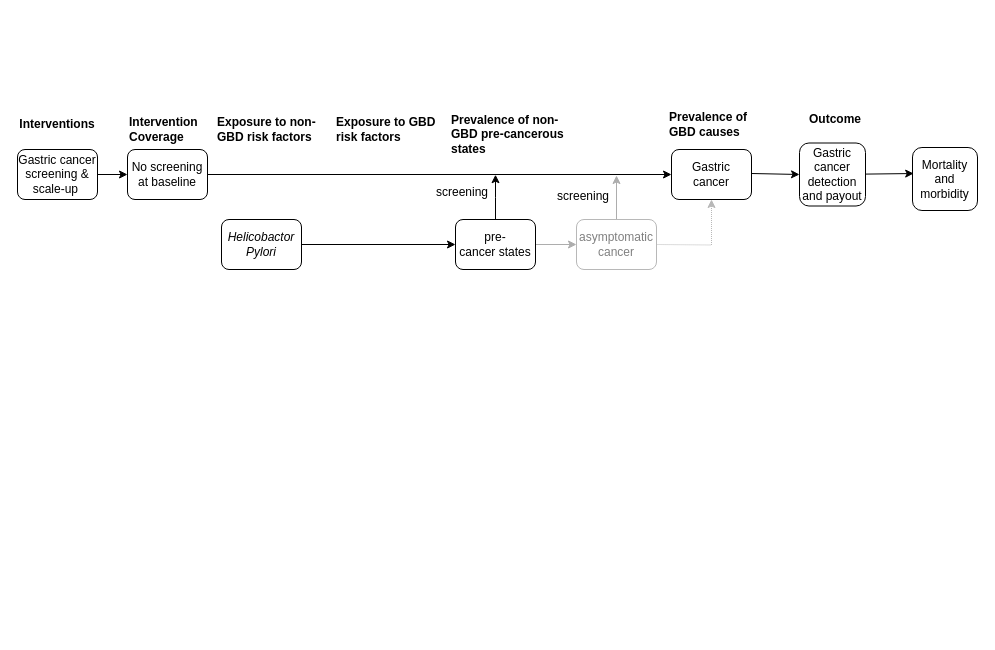
ihmeuw/vivarium_research keeps this draw.io diagram as docs/source/concept_models/vivarium_swissre_stomachcancer/vivarium_concept_model_diagram_stomach_cancer.drawio. Above is the earlier version. Source tidied: cells renumbered, new cells numbered last; positions are measured from the earlier drawing's top-left corner, leaving out a move shared by most shapes. Both pictures are drawn from the tidied source at 100%, with x=0, y=0 at pixel (17, 109).
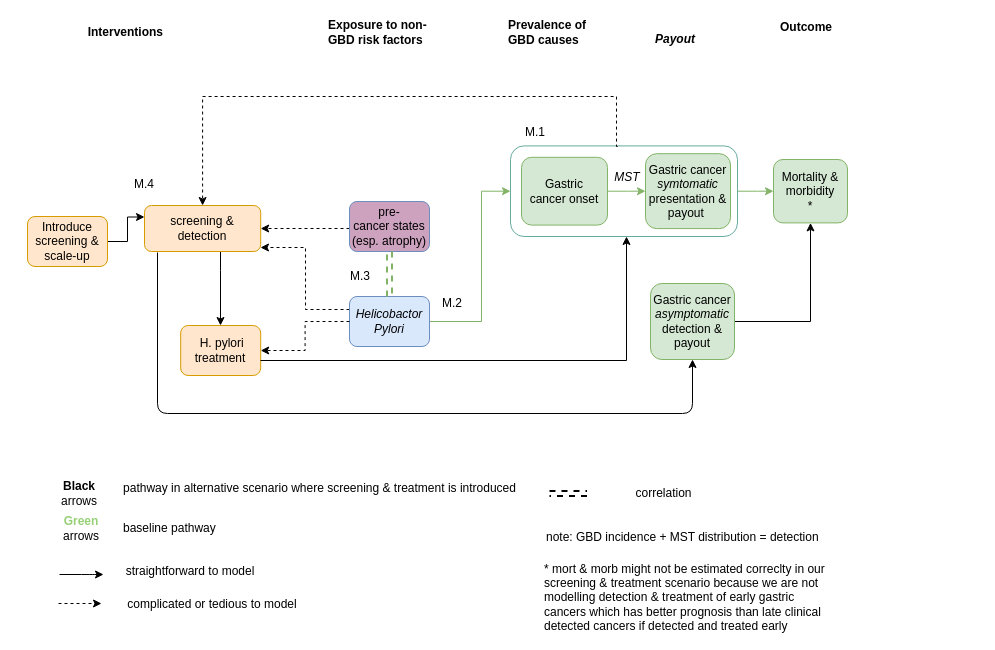
The same diagram, later.

What changed in the source:
```diff
@@
+    <mxCell id="28" style="edgeStyle=orthogonalEdgeStyle;rounded=0;jettySize=auto;html=1;strokeWidth=1;fillColor=#d5e8d4;strokeColor=#82b366;" parent="1" edge="1" source="29" target="13">
+      <mxGeometry relative="1" as="geometry" />
+    </mxCell>
+    <mxCell id="29" style="rounded=1;whiteSpace=wrap;html=1;strokeColor=#67AB9F;fillColor=none;" parent="1" vertex="1">
+      <mxGeometry x="493" y="36.4" width="227" height="90.6" as="geometry" />
+    </mxCell>
-    <mxCell id="2" value="&lt;b&gt;Interventions&lt;/b&gt;" style="text;html=1;strokeColor=none;fillColor=none;align=center;verticalAlign=middle;whiteSpace=wrap;rounded=0;" parent="1" vertex="1">
-      <mxGeometry x="20" y="5" width="40" height="20" as="geometry" />
+    <mxCell id="2" value="&lt;b&gt;Interventions&amp;nbsp;&lt;/b&gt;" style="text;html=1;strokeColor=none;fillColor=none;align=center;verticalAlign=middle;whiteSpace=wrap;rounded=0;" parent="1" vertex="1">
+      <mxGeometry x="90" y="-87" width="40" height="20" as="geometry" />
     </mxCell>
-    <mxCell id="3" value="&lt;b&gt;Intervention &lt;br&gt;Coverage&lt;/b&gt;" style="text;html=1;strokeColor=none;fillColor=none;align=left;verticalAlign=middle;whiteSpace=wrap;rounded=0;" parent="1" vertex="1">
-      <mxGeometry x="110" y="10" width="140" height="20" as="geometry" />
-    </mxCell>
-    <mxCell id="4" value="&lt;b&gt;Exposure to GBD&amp;nbsp;&lt;br&gt;risk factors&lt;/b&gt;" style="text;html=1;strokeColor=none;fillColor=none;align=left;verticalAlign=middle;whiteSpace=wrap;rounded=0;" parent="1" vertex="1">
-      <mxGeometry x="317" y="10" width="180" height="20" as="geometry" />
-    </mxCell>
     <mxCell id="5" value="&lt;b&gt;Prevalence of &lt;br&gt;GBD causes&lt;/b&gt;" style="text;html=1;strokeColor=none;fillColor=none;align=left;verticalAlign=middle;whiteSpace=wrap;rounded=0;" parent="1" vertex="1">
-      <mxGeometry x="649.5" y="5" width="89" height="20" as="geometry" />
+      <mxGeometry x="489" y="-87" width="89" height="20" as="geometry" />
     </mxCell>
-    <mxCell id="6" style="edgeStyle=orthogonalEdgeStyle;rounded=0;jettySize=auto;html=1;exitX=1;exitY=0.5;exitDx=0;exitDy=0;entryX=0;entryY=0.5;entryDx=0;entryDy=0;" parent="1" edge="1" source="7" target="8">
-      <mxGeometry relative="1" as="geometry" />
-    </mxCell>
+    <mxCell id="30" style="edgeStyle=orthogonalEdgeStyle;rounded=0;jettySize=auto;html=1;strokeWidth=1;entryX=0;entryY=0.25;entryDx=0;entryDy=0;" parent="1" edge="1" source="7" target="32">
+      <mxGeometry relative="1" as="geometry" />
+    </mxCell>
-    <mxCell id="7" value="Gastric cancer screening &amp;amp; scale-up&amp;nbsp;" style="rounded=1;whiteSpace=wrap;html=1;" parent="1" vertex="1">
-      <mxGeometry y="40" width="80" height="50" as="geometry" />
+    <mxCell id="7" value="Introduce screening &amp;amp; scale-up" style="rounded=1;whiteSpace=wrap;html=1;fillColor=#ffe6cc;strokeColor=#d79b00;" parent="1" vertex="1">
+      <mxGeometry x="10" y="107" width="80" height="50" as="geometry" />
     </mxCell>
-    <mxCell id="8" value="No screening at baseline" style="rounded=1;whiteSpace=wrap;html=1;" parent="1" vertex="1">
-      <mxGeometry x="110" y="40" width="80" height="50" as="geometry" />
+    <mxCell id="8" value="&amp;nbsp;H. pylori treatment" style="rounded=1;whiteSpace=wrap;html=1;fillColor=#ffe6cc;strokeColor=#d79b00;" parent="1" vertex="1">
+      <mxGeometry x="163.2" y="216" width="80" height="50" as="geometry" />
     </mxCell>
+    <mxCell id="31" style="edgeStyle=orthogonalEdgeStyle;rounded=0;jettySize=auto;html=1;strokeWidth=1;" parent="1" edge="1" source="32" target="8">
+      <mxGeometry relative="1" as="geometry">
+        <Array as="points">
+          <mxPoint x="203" y="161" />
+          <mxPoint x="203" y="161" />
+        </Array>
+      </mxGeometry>
+    </mxCell>
+    <mxCell id="32" value="screening &amp;amp; detection" style="rounded=1;whiteSpace=wrap;html=1;fillColor=#ffe6cc;strokeColor=#d79b00;" parent="1" vertex="1">
+      <mxGeometry x="127" y="96" width="116.2" height="46" as="geometry" />
+    </mxCell>
     <mxCell id="9" value="&lt;b&gt;Exposure to non-&lt;br&gt;GBD&amp;nbsp;risk factors&lt;/b&gt;" style="text;html=1;strokeColor=none;fillColor=none;align=left;verticalAlign=middle;whiteSpace=wrap;rounded=0;" parent="1" vertex="1">
-      <mxGeometry x="198" y="10" width="180" height="20" as="geometry" />
+      <mxGeometry x="309" y="-87" width="180" height="20" as="geometry" />
     </mxCell>
+    <mxCell id="33" style="edgeStyle=orthogonalEdgeStyle;rounded=0;jettySize=auto;html=1;strokeWidth=1;entryX=0;entryY=0.5;entryDx=0;entryDy=0;fillColor=#d5e8d4;strokeColor=#82b366;" parent="1" edge="1" source="11" target="29">
+      <mxGeometry relative="1" as="geometry">
+        <Array as="points">
+          <mxPoint x="464" y="212" />
+          <mxPoint x="464" y="82" />
+        </Array>
+      </mxGeometry>
+    </mxCell>
+    <mxCell id="34" style="edgeStyle=orthogonalEdgeStyle;rounded=0;jettySize=auto;html=1;strokeWidth=1;entryX=1;entryY=0.5;entryDx=0;entryDy=0;dashed=1;" parent="1" edge="1" source="17" target="32">
+      <mxGeometry relative="1" as="geometry">
+        <Array as="points">
+          <mxPoint x="334" y="119" />
+          <mxPoint x="334" y="119" />
+        </Array>
+      </mxGeometry>
+    </mxCell>
+    <mxCell id="35" style="edgeStyle=orthogonalEdgeStyle;rounded=0;jettySize=auto;html=1;dashed=1;strokeWidth=1;" parent="1" edge="1" source="11">
+      <mxGeometry relative="1" as="geometry">
+        <mxPoint x="243" y="138" as="targetPoint" />
+        <Array as="points">
+          <mxPoint x="288" y="200" />
+          <mxPoint x="288" y="138" />
+        </Array>
+      </mxGeometry>
+    </mxCell>
+    <mxCell id="11" value="&lt;i&gt;Helicobactor Pylori&lt;/i&gt;" style="rounded=1;whiteSpace=wrap;html=1;fillColor=#dae8fc;strokeColor=#6c8ebf;" parent="1" vertex="1">
+      <mxGeometry x="332" y="187" width="80" height="50" as="geometry" />
+    </mxCell>
+    <mxCell id="13" value="Mortality &amp;amp; morbidity&lt;br&gt;*" style="rounded=1;whiteSpace=wrap;html=1;fillColor=#d5e8d4;strokeColor=#82b366;" parent="1" vertex="1">
+      <mxGeometry x="756" y="50" width="74" height="63.4" as="geometry" />
+    </mxCell>
+    <mxCell id="36" style="edgeStyle=orthogonalEdgeStyle;rounded=0;jettySize=auto;html=1;entryX=0.5;entryY=0;entryDx=0;entryDy=0;dashed=1;exitX=0.206;exitY=-0.009;exitDx=0;exitDy=0;exitPerimeter=0;" parent="1" edge="1" target="32">
+      <mxGeometry relative="1" as="geometry">
+        <mxPoint x="600.1" y="37" as="sourcePoint" />
+        <Array as="points">
+          <mxPoint x="599" y="37" />
+          <mxPoint x="599" y="-13" />
+          <mxPoint x="185" y="-13" />
+        </Array>
+      </mxGeometry>
+    </mxCell>
+    <mxCell id="37" style="edgeStyle=orthogonalEdgeStyle;rounded=0;jettySize=auto;html=1;strokeWidth=1;fillColor=#d5e8d4;strokeColor=#82b366;" parent="1" edge="1" source="18" target="26">
+      <mxGeometry relative="1" as="geometry" />
+    </mxCell>
+    <mxCell id="18" value="Gastric&lt;br&gt;cancer onset" style="rounded=1;whiteSpace=wrap;html=1;fillColor=#d5e8d4;strokeColor=#82b366;" parent="1" vertex="1">
+      <mxGeometry x="504" y="47.8" width="86" height="67.8" as="geometry" />
+    </mxCell>
+    <mxCell id="23" value="&lt;b&gt;Outcome&lt;/b&gt;" style="text;html=1;strokeColor=none;fillColor=none;align=left;verticalAlign=middle;whiteSpace=wrap;rounded=0;" parent="1" vertex="1">
+      <mxGeometry x="761" y="-92" width="69" height="20" as="geometry" />
+    </mxCell>
+    <mxCell id="26" value="Gastric cancer &lt;i&gt;symtomatic &lt;/i&gt;presentation &amp;amp;&lt;br&gt;payout&amp;nbsp;" style="rounded=1;whiteSpace=wrap;html=1;fillColor=#d5e8d4;strokeColor=#82b366;" parent="1" vertex="1">
+      <mxGeometry x="628" y="44.2" width="85" height="74.9" as="geometry" />
+    </mxCell>
+    <mxCell id="38" value="&lt;div&gt;&lt;span&gt;note: GBD incidence + MST distribution = detection&lt;/span&gt;&lt;/div&gt;&amp;nbsp;" style="text;html=1;strokeColor=none;fillColor=none;align=left;verticalAlign=middle;whiteSpace=wrap;rounded=0;" parent="1" vertex="1">
+      <mxGeometry x="527" y="425" width="301" height="20" as="geometry" />
+    </mxCell>
+    <mxCell id="39" value="&lt;i&gt;MST&lt;/i&gt;" style="text;html=1;strokeColor=none;fillColor=none;align=center;verticalAlign=middle;whiteSpace=wrap;rounded=0;" parent="1" vertex="1">
+      <mxGeometry x="590" y="50" width="40" height="35" as="geometry" />
+    </mxCell>
+    <mxCell id="40" value="pathway in alternative scenario where screening &amp;amp; treatment is introduced" style="text;html=1;strokeColor=none;fillColor=none;align=center;verticalAlign=middle;whiteSpace=wrap;rounded=0;dashed=1;" parent="1" vertex="1">
+      <mxGeometry x="84" y="369" width="437" height="20" as="geometry" />
+    </mxCell>
+    <mxCell id="41" value="baseline pathway" style="text;html=1;strokeColor=none;fillColor=none;align=left;verticalAlign=middle;whiteSpace=wrap;rounded=0;dashed=1;" parent="1" vertex="1">
+      <mxGeometry x="104" y="409" width="437" height="20" as="geometry" />
+    </mxCell>
+    <mxCell id="42" style="shape=link;html=1;endSize=8;strokeWidth=2;dashed=1;" parent="1" edge="1" target="43">
+      <mxGeometry relative="1" as="geometry">
+        <mxPoint x="532" y="384" as="sourcePoint" />
+      </mxGeometry>
+    </mxCell>
+    <mxCell id="43" value="correlation" style="text;html=1;strokeColor=none;fillColor=none;align=center;verticalAlign=middle;whiteSpace=wrap;rounded=0;" parent="1" vertex="1">
+      <mxGeometry x="569.5" y="374" width="153" height="20" as="geometry" />
+    </mxCell>
+    <mxCell id="44" value="M.1" style="text;html=1;strokeColor=none;fillColor=none;align=center;verticalAlign=middle;whiteSpace=wrap;rounded=0;dashed=1;" parent="1" vertex="1">
+      <mxGeometry x="498" y="13" width="40" height="20" as="geometry" />
+    </mxCell>
+    <mxCell id="45" value="M.2" style="text;html=1;strokeColor=none;fillColor=none;align=center;verticalAlign=middle;whiteSpace=wrap;rounded=0;dashed=1;" parent="1" vertex="1">
+      <mxGeometry x="415" y="184" width="40" height="20" as="geometry" />
+    </mxCell>
+    <mxCell id="46" value="M.3" style="text;html=1;strokeColor=none;fillColor=none;align=center;verticalAlign=middle;whiteSpace=wrap;rounded=0;dashed=1;" parent="1" vertex="1">
+      <mxGeometry x="323" y="157" width="40" height="20" as="geometry" />
+    </mxCell>
+    <mxCell id="47" value="M.4" style="text;html=1;strokeColor=none;fillColor=none;align=center;verticalAlign=middle;whiteSpace=wrap;rounded=0;dashed=1;" parent="1" vertex="1">
+      <mxGeometry x="107" y="65" width="40" height="20" as="geometry" />
+    </mxCell>
+    <mxCell id="48" value="* mort &amp;amp; morb might not be estimated correclty in our screening &amp;amp; treatment scenario because we are not modelling detection &amp;amp; treatment of early gastric cancers which has better prognosis than late clinical detected cancers if detected and treated early&lt;div&gt;&lt;/div&gt;" style="text;html=1;strokeColor=none;fillColor=none;align=left;verticalAlign=middle;whiteSpace=wrap;rounded=0;" parent="1" vertex="1">
+      <mxGeometry x="524.5" y="478" width="292" height="20" as="geometry" />
+    </mxCell>
+    <mxCell id="49" style="edgeStyle=orthogonalEdgeStyle;rounded=0;jettySize=auto;html=1;strokeWidth=1;entryX=0.5;entryY=1;entryDx=0;entryDy=0;" parent="1" edge="1" source="50" target="13">
+      <mxGeometry relative="1" as="geometry" />
+    </mxCell>
+    <mxCell id="50" value="Gastric cancer &lt;i&gt;asymptomatic&lt;/i&gt; detection &amp;amp; payout" style="rounded=1;whiteSpace=wrap;html=1;fillColor=#d5e8d4;strokeColor=#82b366;" parent="1" vertex="1">
+      <mxGeometry x="633" y="174" width="84" height="76" as="geometry" />
+    </mxCell>
+    <mxCell id="17" value="pre-&lt;br&gt;cancer states&lt;br&gt;(esp. atrophy)" style="rounded=1;whiteSpace=wrap;html=1;fillColor=#CDA2BE;strokeColor=#6c8ebf;" parent="1" vertex="1">
+      <mxGeometry x="332" y="92" width="80" height="50" as="geometry" />
+    </mxCell>
-    <mxCell id="10" style="edgeStyle=orthogonalEdgeStyle;rounded=0;jettySize=auto;html=1;exitX=1;exitY=0.5;exitDx=0;exitDy=0;entryX=0;entryY=0.5;entryDx=0;entryDy=0;" parent="1" edge="1" source="11" target="17">
+    <mxCell id="10" style="shape=link;html=1;dashed=1;strokeWidth=2;entryX=0.5;entryY=1;entryDx=0;entryDy=0;fillColor=#d5e8d4;strokeColor=#82b366;" parent="1" edge="1" source="11" target="17">
       <mxGeometry relative="1" as="geometry" />
     </mxCell>
-    <mxCell id="11" value="&lt;i&gt;Helicobactor Pylori&lt;/i&gt;" style="rounded=1;whiteSpace=wrap;html=1;" parent="1" vertex="1">
-      <mxGeometry x="204" y="110" width="80" height="50" as="geometry" />
-    </mxCell>
-    <mxCell id="12" value="&lt;b&gt;Prevalence of&amp;nbsp;non-&lt;br&gt;GBD pre-cancerous states&lt;/b&gt;" style="text;html=1;strokeColor=none;fillColor=none;align=left;verticalAlign=middle;whiteSpace=wrap;rounded=0;" parent="1" vertex="1">
-      <mxGeometry x="432" y="20" width="130" height="10" as="geometry" />
-    </mxCell>
-    <mxCell id="13" value="Mortality and morbidity" style="rounded=1;whiteSpace=wrap;html=1;" parent="1" vertex="1">
-      <mxGeometry x="895" y="38" width="65" height="63" as="geometry" />
-    </mxCell>
-    <mxCell id="14" style="edgeStyle=orthogonalEdgeStyle;rounded=0;jettySize=auto;html=1;entryX=0.5;entryY=1;entryDx=0;entryDy=0;dashed=1;dashPattern=1 1;strokeColor=#B8B8B8;" parent="1" edge="1" target="18">
-      <mxGeometry relative="1" as="geometry">
-        <mxPoint x="640" y="135" as="sourcePoint" />
-      </mxGeometry>
-    </mxCell>
-    <mxCell id="15" style="edgeStyle=orthogonalEdgeStyle;rounded=0;jettySize=auto;html=1;exitX=0.5;exitY=0;exitDx=0;exitDy=0;" parent="1" edge="1" source="17">
-      <mxGeometry relative="1" as="geometry">
-        <mxPoint x="478" y="65.2" as="targetPoint" />
-      </mxGeometry>
-    </mxCell>
-    <mxCell id="16" style="edgeStyle=orthogonalEdgeStyle;rounded=0;jettySize=auto;html=1;strokeColor=#ADADAD;" parent="1" edge="1" source="17" target="25">
-      <mxGeometry relative="1" as="geometry" />
-    </mxCell>
-    <mxCell id="17" value="pre-&lt;br&gt;cancer states" style="rounded=1;whiteSpace=wrap;html=1;" parent="1" vertex="1">
-      <mxGeometry x="438" y="110" width="80" height="50" as="geometry" />
-    </mxCell>
-    <mxCell id="18" value="Gastric&lt;br&gt;cancer" style="rounded=1;whiteSpace=wrap;html=1;" parent="1" vertex="1">
-      <mxGeometry x="654" y="40" width="80" height="50" as="geometry" />
-    </mxCell>
-    <mxCell id="19" style="edgeStyle=orthogonalEdgeStyle;rounded=0;jettySize=auto;html=1;exitX=1;exitY=0.5;exitDx=0;exitDy=0;entryX=0;entryY=0.5;entryDx=0;entryDy=0;" parent="1" edge="1" source="8" target="18">
-      <mxGeometry relative="1" as="geometry" />
-    </mxCell>
-    <mxCell id="20" value="screening" style="text;html=1;strokeColor=none;fillColor=none;align=center;verticalAlign=middle;whiteSpace=wrap;rounded=0;" parent="1" vertex="1">
-      <mxGeometry x="425" y="73" width="40" height="20" as="geometry" />
-    </mxCell>
-    <mxCell id="21" style="endArrow=classic;html=1;entryX=0.018;entryY=0.413;entryDx=0;entryDy=0;entryPerimeter=0;" parent="1" edge="1" source="26" target="13">
-      <mxGeometry relative="1" as="geometry" />
-    </mxCell>
-    <mxCell id="22" style="endArrow=classic;html=1;entryX=0;entryY=0.5;entryDx=0;entryDy=0;" parent="1" edge="1" target="26">
-      <mxGeometry relative="1" as="geometry">
-        <mxPoint x="734" y="64" as="sourcePoint" />
-      </mxGeometry>
-    </mxCell>
-    <mxCell id="23" value="&lt;b&gt;Outcome&lt;/b&gt;" style="text;html=1;strokeColor=none;fillColor=none;align=left;verticalAlign=middle;whiteSpace=wrap;rounded=0;" parent="1" vertex="1">
-      <mxGeometry x="790" width="89" height="20" as="geometry" />
-    </mxCell>
-    <mxCell id="24" style="edgeStyle=orthogonalEdgeStyle;rounded=0;jettySize=auto;html=1;strokeColor=#ADADAD;" parent="1" edge="1" source="25">
-      <mxGeometry relative="1" as="geometry">
-        <mxPoint x="599" y="66" as="targetPoint" />
-      </mxGeometry>
-    </mxCell>
-    <mxCell id="25" value="&lt;font color=&quot;#808080&quot;&gt;asymptomatic cancer&lt;/font&gt;" style="rounded=1;whiteSpace=wrap;html=1;strokeColor=#B8B8B8;" parent="1" vertex="1">
-      <mxGeometry x="559" y="110" width="80" height="50" as="geometry" />
-    </mxCell>
-    <mxCell id="26" value="Gastric cancer detection and payout" style="rounded=1;whiteSpace=wrap;html=1;" parent="1" vertex="1">
-      <mxGeometry x="782" y="33.5" width="66" height="63" as="geometry" />
-    </mxCell>
-    <mxCell id="27" value="screening" style="text;html=1;strokeColor=none;fillColor=none;align=center;verticalAlign=middle;whiteSpace=wrap;rounded=0;" parent="1" vertex="1">
-      <mxGeometry x="546" y="76.5" width="40" height="20" as="geometry" />
-    </mxCell>
+    <mxCell id="51" style="edgeStyle=orthogonalEdgeStyle;rounded=0;jettySize=auto;html=1;strokeWidth=1;dashed=1;exitX=0;exitY=0.5;exitDx=0;exitDy=0;" parent="1" edge="1" source="11" target="8">
+      <mxGeometry relative="1" as="geometry" />
+    </mxCell>
+    <mxCell id="52" style="edgeStyle=orthogonalEdgeStyle;rounded=0;jettySize=auto;html=1;strokeWidth=1;" parent="1" edge="1" target="29">
+      <mxGeometry relative="1" as="geometry">
+        <mxPoint x="243" y="251" as="sourcePoint" />
+        <Array as="points">
+          <mxPoint x="243" y="251" />
+          <mxPoint x="609" y="251" />
+        </Array>
+      </mxGeometry>
+    </mxCell>
+    <mxCell id="53" value="&lt;b&gt;&lt;i&gt;Payout&lt;/i&gt;&lt;/b&gt;" style="text;html=1;strokeColor=none;fillColor=none;align=center;verticalAlign=middle;whiteSpace=wrap;rounded=0;" parent="1" vertex="1">
+      <mxGeometry x="638" y="-80" width="40" height="20" as="geometry" />
+    </mxCell>
+    <mxCell id="54" style="edgeStyle=elbowEdgeStyle;elbow=vertical;endArrow=classic;html=1;strokeWidth=1;exitX=0.112;exitY=1.022;exitDx=0;exitDy=0;entryX=0.5;entryY=1;entryDx=0;entryDy=0;exitPerimeter=0;" parent="1" edge="1" source="32" target="50">
+      <mxGeometry relative="1" as="geometry">
+        <Array as="points">
+          <mxPoint x="662" y="304" />
+          <mxPoint x="350" y="314" />
+        </Array>
+      </mxGeometry>
+    </mxCell>
+    <mxCell id="55" value="&lt;font color=&quot;#97d077&quot;&gt;&lt;b&gt;Green &lt;/b&gt;&lt;/font&gt;arrows" style="text;html=1;strokeColor=none;fillColor=none;align=center;verticalAlign=middle;whiteSpace=wrap;rounded=0;" parent="1" vertex="1">
+      <mxGeometry x="44" y="409" width="40" height="20" as="geometry" />
+    </mxCell>
+    <mxCell id="56" value="&lt;b&gt;Black &lt;/b&gt;arrows" style="text;html=1;strokeColor=none;fillColor=none;align=center;verticalAlign=middle;whiteSpace=wrap;rounded=0;" parent="1" vertex="1">
+      <mxGeometry x="42" y="374" width="40" height="20" as="geometry" />
+    </mxCell>
+    <mxCell id="57" style="endArrow=classic;html=1;strokeWidth=1;dashed=1;" parent="1" edge="1">
+      <mxGeometry relative="1" as="geometry">
+        <mxPoint x="41" y="494" as="sourcePoint" />
+        <mxPoint x="84" y="494" as="targetPoint" />
+      </mxGeometry>
+    </mxCell>
+    <mxCell id="58" style="endArrow=classic;html=1;strokeWidth=1;" parent="1" edge="1">
+      <mxGeometry relative="1" as="geometry">
+        <mxPoint x="42" y="465" as="sourcePoint" />
+        <mxPoint x="86" y="465" as="targetPoint" />
+        <Array as="points">
+          <mxPoint x="74" y="465" />
+        </Array>
+      </mxGeometry>
+    </mxCell>
+    <mxCell id="59" value="complicated or tedious to model" style="text;html=1;strokeColor=none;fillColor=none;align=center;verticalAlign=middle;whiteSpace=wrap;rounded=0;" parent="1" vertex="1">
+      <mxGeometry x="84" y="485" width="222" height="20" as="geometry" />
+    </mxCell>
+    <mxCell id="60" value="straightforward to model" style="text;html=1;strokeColor=none;fillColor=none;align=center;verticalAlign=middle;whiteSpace=wrap;rounded=0;" parent="1" vertex="1">
+      <mxGeometry x="62" y="452" width="222" height="20" as="geometry" />
+    </mxCell>
```
